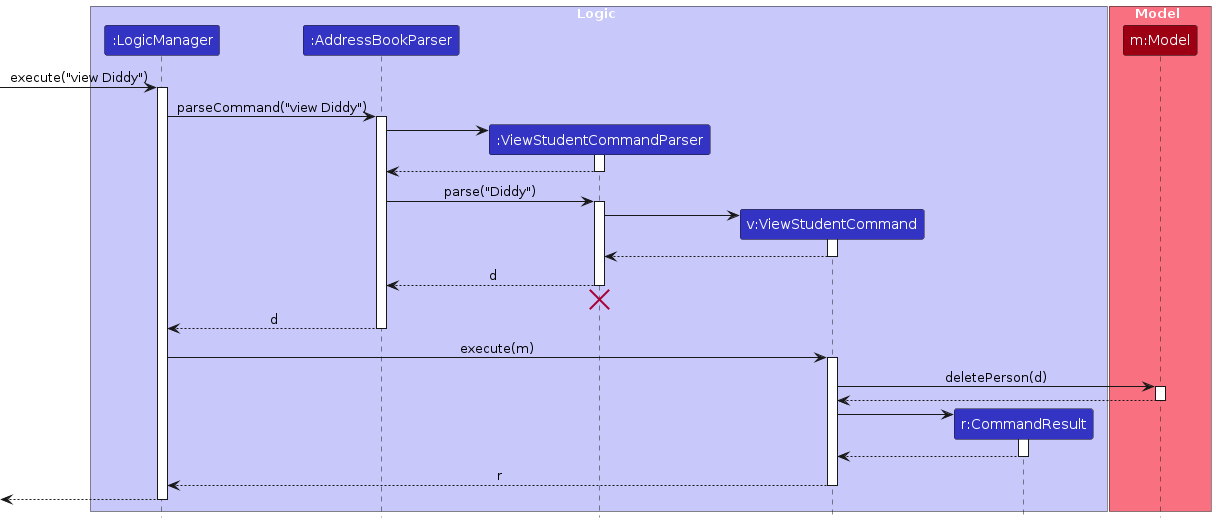
Earlier version of the PlantUML export diagrams/DeleteSequenceDiagram.png (Ansel-Ch/tp). Its source is kept beside it as diagrams/DeleteSequenceDiagram.puml.
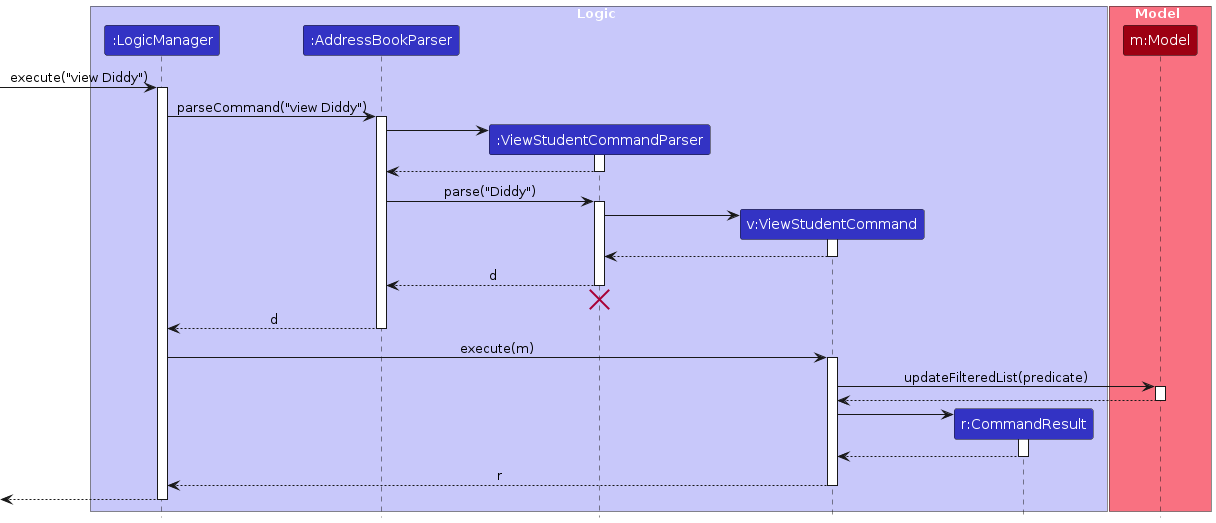
After the commit.

Diff of the diagram source:
```diff
@@ -48,7 +48,7 @@
 LogicManager -> ViewStudentCommand : execute(m)
 activate ViewStudentCommand
 
-ViewStudentCommand -> Model : deletePerson(d)
+ViewStudentCommand -> Model : updateFilteredList(predicate)
 activate Model
 
 Model --> ViewStudentCommand
```
